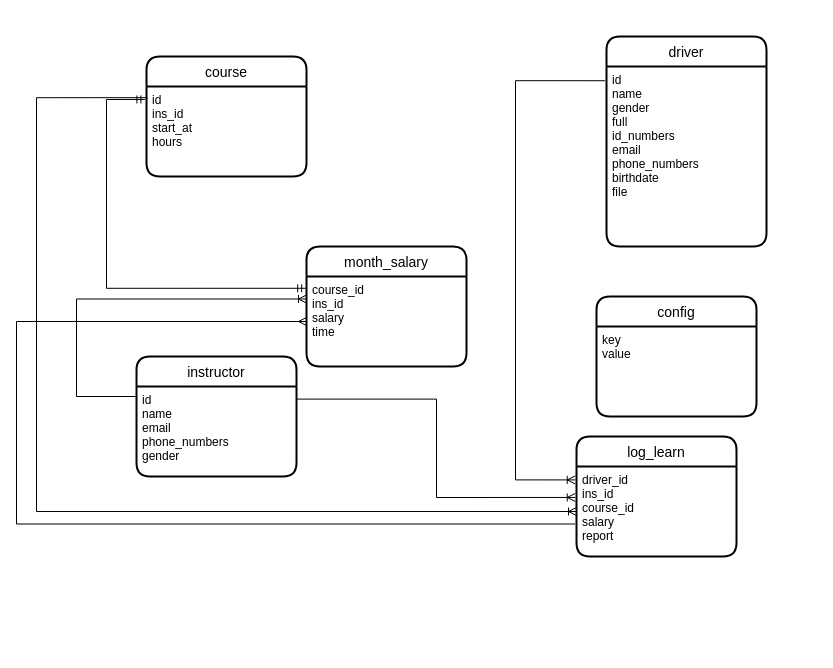
The draw.io diagram doan2.drawio in Masiss/website-truong-day-lai-xe, before the edit. Source tidied: cells renumbered, new cells numbered last; positions are measured from the earlier drawing's top-left corner, leaving out a move shared by most shapes. Both pictures are drawn from the tidied source at 100%, with x=0, y=0 at pixel (16, 36).
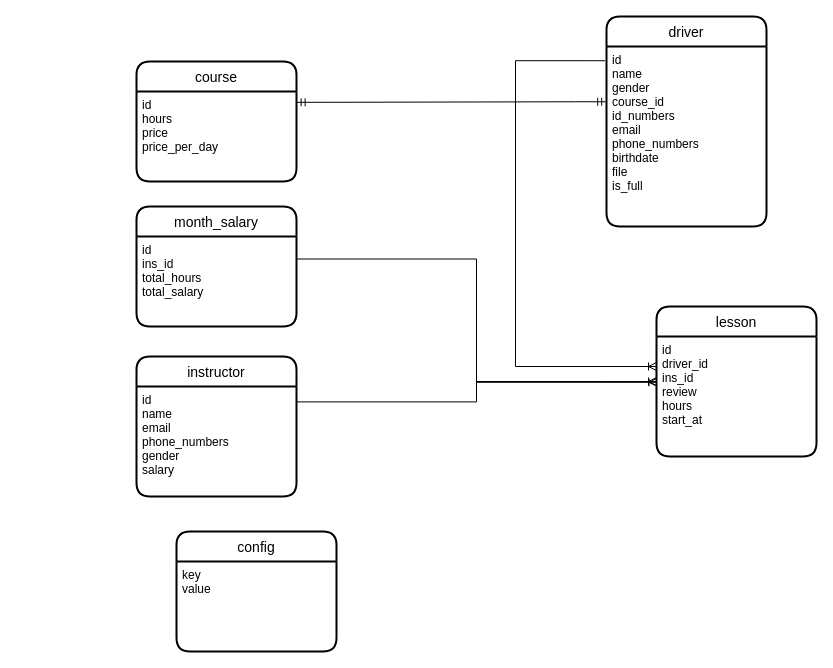
The same page after the edit.

What changed in the source:
```diff
@@
     <mxCell id="2" value="instructor" style="swimlane;horizontal=1;startSize=30;rounded=1;fontSize=14;fontStyle=0;strokeWidth=2;shadow=0;dashed=0;align=center;" parent="1" vertex="1">
-      <mxGeometry x="120" y="320" width="160" height="120" as="geometry" />
+      <mxGeometry x="120" y="320" width="160" height="140" as="geometry" />
     </mxCell>
-    <mxCell id="3" value="id&#10;name&#10;email&#10;phone_numbers&#10;gender" style="align=left;strokeColor=none;fillColor=none;spacingLeft=4;fontSize=12;verticalAlign=top;" parent="2" vertex="1">
-      <mxGeometry y="30" width="160" height="90" as="geometry" />
+    <mxCell id="3" value="id&#10;name&#10;email&#10;phone_numbers&#10;gender&#10;salary" style="align=left;strokeColor=none;fillColor=none;spacingLeft=4;fontSize=12;verticalAlign=top;" parent="2" vertex="1">
+      <mxGeometry y="30" width="160" height="110" as="geometry" />
     </mxCell>
     <mxCell id="4" value="driver" style="swimlane;horizontal=1;startSize=30;rounded=1;fontSize=14;fontStyle=0;strokeWidth=2;shadow=0;dashed=0;align=center;" parent="1" vertex="1">
-      <mxGeometry x="590" width="160" height="210" as="geometry" />
+      <mxGeometry x="590" y="-20" width="160" height="210" as="geometry" />
     </mxCell>
-    <mxCell id="5" value="id&#10;name&#10;gender&#10;full&#10;id_numbers&#10;email&#10;phone_numbers&#10;birthdate&#10;file" style="align=left;strokeColor=none;fillColor=none;spacingLeft=4;fontSize=12;verticalAlign=top;" parent="4" vertex="1">
+    <mxCell id="5" value="id&#10;name&#10;gender&#10;course_id&#10;id_numbers&#10;email&#10;phone_numbers&#10;birthdate&#10;file&#10;is_full" style="align=left;strokeColor=none;fillColor=none;spacingLeft=4;fontSize=12;verticalAlign=top;" parent="4" vertex="1">
       <mxGeometry y="30" width="160" height="180" as="geometry" />
     </mxCell>
     <mxCell id="6" value="course" style="swimlane;horizontal=1;startSize=30;rounded=1;fontSize=14;fontStyle=0;strokeWidth=2;shadow=0;dashed=0;align=center;" parent="1" vertex="1">
-      <mxGeometry x="130" y="20" width="160" height="120" as="geometry" />
+      <mxGeometry x="120" y="25" width="160" height="120" as="geometry" />
     </mxCell>
-    <mxCell id="7" value="id&#10;ins_id&#10;start_at&#10;hours&#10;" style="align=left;strokeColor=none;fillColor=none;spacingLeft=4;fontSize=12;verticalAlign=top;" parent="6" vertex="1">
+    <mxCell id="7" value="id&#10;hours&#10;price&#10;price_per_day&#10;" style="align=left;strokeColor=none;fillColor=none;spacingLeft=4;fontSize=12;verticalAlign=top;" parent="6" vertex="1">
       <mxGeometry y="30" width="160" height="90" as="geometry" />
     </mxCell>
-    <mxCell id="8" value="log_learn" style="swimlane;horizontal=1;startSize=30;rounded=1;fontSize=14;fontStyle=0;strokeWidth=2;shadow=0;dashed=0;align=center;" parent="1" vertex="1">
-      <mxGeometry x="560" y="400" width="160" height="120" as="geometry" />
+    <mxCell id="8" value="lesson" style="swimlane;horizontal=1;startSize=30;rounded=1;fontSize=14;fontStyle=0;strokeWidth=2;shadow=0;dashed=0;align=center;" parent="1" vertex="1">
+      <mxGeometry x="640" y="270" width="160" height="150" as="geometry" />
     </mxCell>
-    <mxCell id="9" value="driver_id&#10;ins_id&#10;course_id&#10;salary&#10;report&#10;" style="align=left;strokeColor=none;fillColor=none;spacingLeft=4;fontSize=12;verticalAlign=top;" parent="8" vertex="1">
-      <mxGeometry y="30" width="160" height="90" as="geometry" />
+    <mxCell id="9" value="id&#10;driver_id&#10;ins_id&#10;review&#10;hours&#10;start_at&#10;&#10;" style="align=left;strokeColor=none;fillColor=none;spacingLeft=4;fontSize=12;verticalAlign=top;" parent="8" vertex="1">
+      <mxGeometry y="30" width="160" height="120" as="geometry" />
     </mxCell>
     <mxCell id="10" value="config" style="swimlane;horizontal=1;startSize=30;rounded=1;fontSize=14;fontStyle=0;strokeWidth=2;shadow=0;dashed=0;align=center;" parent="1" vertex="1">
-      <mxGeometry x="580" y="260" width="160" height="120" as="geometry" />
+      <mxGeometry x="160" y="495" width="160" height="120" as="geometry" />
     </mxCell>
@@
     <mxCell id="12" value="month_salary" style="swimlane;horizontal=1;startSize=30;rounded=1;fontSize=14;fontStyle=0;strokeWidth=2;shadow=0;dashed=0;align=center;" parent="1" vertex="1">
-      <mxGeometry x="290" y="210" width="160" height="120" as="geometry" />
+      <mxGeometry x="120" y="170" width="160" height="120" as="geometry" />
     </mxCell>
-    <mxCell id="13" value="course_id&#10;ins_id&#10;salary&#10;time" style="align=left;strokeColor=none;fillColor=none;spacingLeft=4;fontSize=12;verticalAlign=top;" parent="12" vertex="1">
+    <mxCell id="13" value="id&#10;ins_id&#10;total_hours&#10;total_salary&#10;" style="align=left;strokeColor=none;fillColor=none;spacingLeft=4;fontSize=12;verticalAlign=top;" parent="12" vertex="1">
       <mxGeometry y="30" width="160" height="90" as="geometry" />
     </mxCell>
-    <mxCell id="14" style="edgeStyle=orthogonalEdgeStyle;fontSize=12;html=1;endArrow=ERmandOne;startArrow=ERmandOne;rounded=0;entryX=-0.01;entryY=0.144;entryDx=0;entryDy=0;entryPerimeter=0;exitX=-0.005;exitY=0.131;exitDx=0;exitDy=0;exitPerimeter=0;" parent="1" edge="1" source="13" target="7">
-      <mxGeometry relative="1" as="geometry">
-        <Array as="points">
-          <mxPoint x="90" y="252" />
-          <mxPoint x="90" y="63" />
-        </Array>
-      </mxGeometry>
-    </mxCell>
-    <mxCell id="15" style="edgeStyle=orthogonalEdgeStyle;fontSize=12;html=1;endArrow=ERoneToMany;rounded=0;entryX=0;entryY=0.25;entryDx=0;entryDy=0;" parent="1" edge="1" target="13">
-      <mxGeometry relative="1" as="geometry">
-        <mxPoint x="120" y="360" as="sourcePoint" />
-        <Array as="points">
-          <mxPoint x="60" y="360" />
-          <mxPoint x="60" y="263" />
-        </Array>
-      </mxGeometry>
-    </mxCell>
-    <mxCell id="16" style="edgeStyle=orthogonalEdgeStyle;fontSize=12;html=1;endArrow=ERoneToMany;rounded=0;exitX=-0.01;exitY=0.079;exitDx=0;exitDy=0;exitPerimeter=0;entryX=-0.008;entryY=0.149;entryDx=0;entryDy=0;entryPerimeter=0;" parent="1" edge="1" source="5" target="9">
+    <mxCell id="16" style="edgeStyle=orthogonalEdgeStyle;fontSize=12;html=1;endArrow=ERoneToMany;rounded=0;exitX=-0.01;exitY=0.079;exitDx=0;exitDy=0;exitPerimeter=0;entryX=0;entryY=0.25;entryDx=0;entryDy=0;" parent="1" edge="1" source="5" target="9">
       <mxGeometry relative="1" as="geometry">
         <Array as="points">
-          <mxPoint x="499" y="44" />
+          <mxPoint x="499" y="24" />
+          <mxPoint x="499" y="330" />
         </Array>
       </mxGeometry>
     </mxCell>
-    <mxCell id="17" style="edgeStyle=orthogonalEdgeStyle;fontSize=12;html=1;endArrow=ERoneToMany;rounded=0;exitX=0.998;exitY=0.14;exitDx=0;exitDy=0;exitPerimeter=0;entryX=-0.008;entryY=0.344;entryDx=0;entryDy=0;entryPerimeter=0;" parent="1" edge="1" source="3" target="9">
+    <mxCell id="17" style="edgeStyle=orthogonalEdgeStyle;fontSize=12;html=1;endArrow=ERoneToMany;rounded=0;exitX=0.998;exitY=0.14;exitDx=0;exitDy=0;exitPerimeter=0;entryX=0;entryY=0.5;entryDx=0;entryDy=0;" parent="1" edge="1" source="3" target="8">
       <mxGeometry relative="1" as="geometry" />
     </mxCell>
-    <mxCell id="18" style="edgeStyle=orthogonalEdgeStyle;fontSize=12;html=1;endArrow=ERoneToMany;rounded=0;exitX=0.008;exitY=0.124;exitDx=0;exitDy=0;exitPerimeter=0;entryX=0;entryY=0.5;entryDx=0;entryDy=0;" parent="1" edge="1" source="7" target="9">
-      <mxGeometry relative="1" as="geometry">
-        <Array as="points">
-          <mxPoint x="20" y="61" />
-          <mxPoint x="20" y="475" />
-        </Array>
-      </mxGeometry>
-    </mxCell>
-    <mxCell id="19" style="edgeStyle=orthogonalEdgeStyle;fontSize=12;html=1;endArrow=ERmany;rounded=0;exitX=-0.009;exitY=0.639;exitDx=0;exitDy=0;exitPerimeter=0;entryX=0;entryY=0.5;entryDx=0;entryDy=0;" parent="1" edge="1" source="9" target="13">
-      <mxGeometry relative="1" as="geometry">
-        <Array as="points">
-          <mxPoint y="488" />
-          <mxPoint y="285" />
-        </Array>
-      </mxGeometry>
-    </mxCell>
+    <mxCell id="20" style="edgeStyle=entityRelationEdgeStyle;fontSize=12;html=1;endArrow=ERmandOne;startArrow=ERmandOne;rounded=0;exitX=1.004;exitY=0.12;exitDx=0;exitDy=0;exitPerimeter=0;entryX=-0.005;entryY=0.307;entryDx=0;entryDy=0;entryPerimeter=0;" parent="1" edge="1" source="7" target="5">
+      <mxGeometry relative="1" as="geometry" />
+    </mxCell>
+    <mxCell id="21" style="edgeStyle=orthogonalEdgeStyle;fontSize=12;html=1;endArrow=ERoneToMany;rounded=0;entryX=0.003;entryY=0.382;entryDx=0;entryDy=0;entryPerimeter=0;exitX=1;exitY=0.25;exitDx=0;exitDy=0;" parent="1" edge="1" source="13" target="9">
+      <mxGeometry relative="1" as="geometry" />
+    </mxCell>
```
